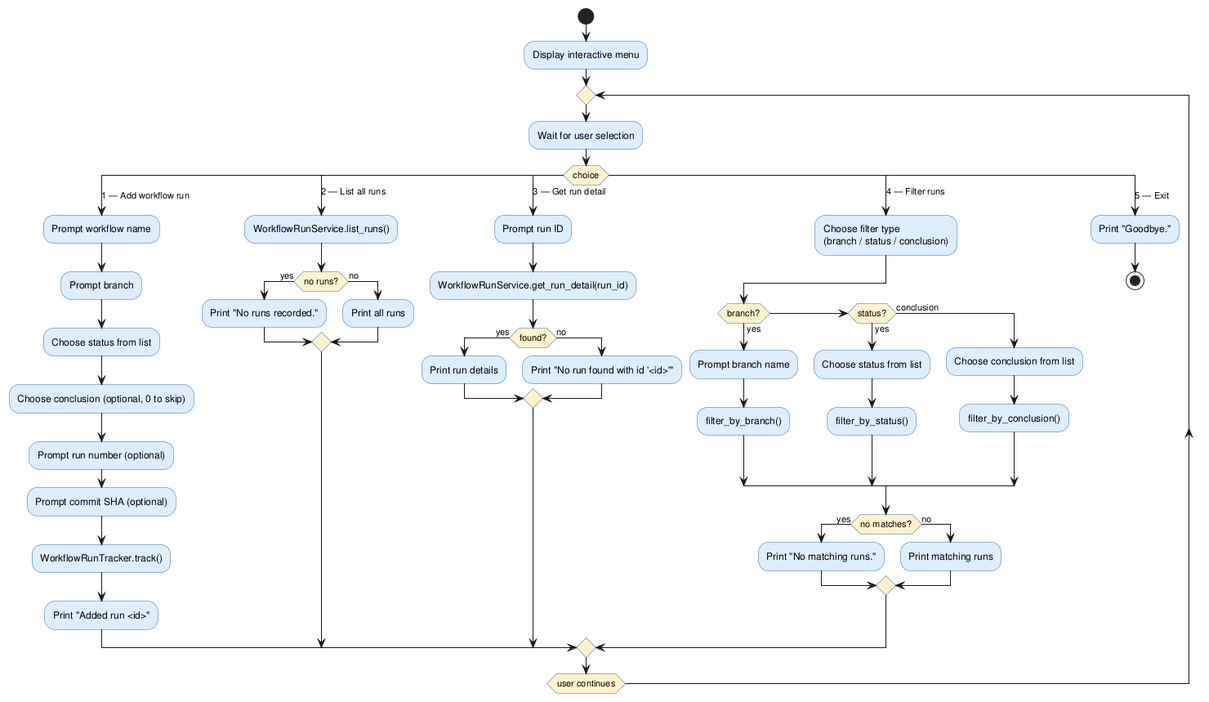
Before: experiments/broadcast/structured_text/github-workflow-manager/artifacts/activity_diagram_interactive.png, a diagram exported from PlantUML (DanielRiha8906/Software_autoevolution_using_agents). The source it was exported from:
```plantuml
@startuml activity_diagram_interactive

skinparam activityBackgroundColor #DDEEFF
skinparam activityBorderColor     #3366AA
skinparam activityDiamondBackgroundColor #FFF3CC

start

:Display interactive menu;

repeat

  :Wait for user selection;

  switch (choice)

    case (1 — Add workflow run)
      :Prompt workflow name;
      :Prompt branch;
      :Choose status from list;
      :Choose conclusion (optional, 0 to skip);
      :Prompt run number (optional);
      :Prompt commit SHA (optional);
      :WorkflowRunTracker.track();
      :Print "Added run <id>";

    case (2 — List all runs)
      :WorkflowRunService.list_runs();
      if (no runs?) then (yes)
        :Print "No runs recorded.";
      else (no)
        :Print all runs;
      endif

    case (3 — Get run detail)
      :Prompt run ID;
      :WorkflowRunService.get_run_detail(run_id);
      if (found?) then (yes)
        :Print run details;
      else (no)
        :Print "No run found with id '<id>'";
      endif

    case (4 — Filter runs)
      :Choose filter type\n(branch / status / conclusion);
      if (branch?) then (yes)
        :Prompt branch name;
        :filter_by_branch();
      elseif (status?) then (yes)
        :Choose status from list;
        :filter_by_status();
      else (conclusion)
        :Choose conclusion from list;
        :filter_by_conclusion();
      endif
      if (no matches?) then (yes)
        :Print "No matching runs.";
      else (no)
        :Print matching runs;
      endif

    case (5 — Exit)
      :Print "Goodbye.";
      stop

  endswitch

repeat while (user continues)

@enduml
```
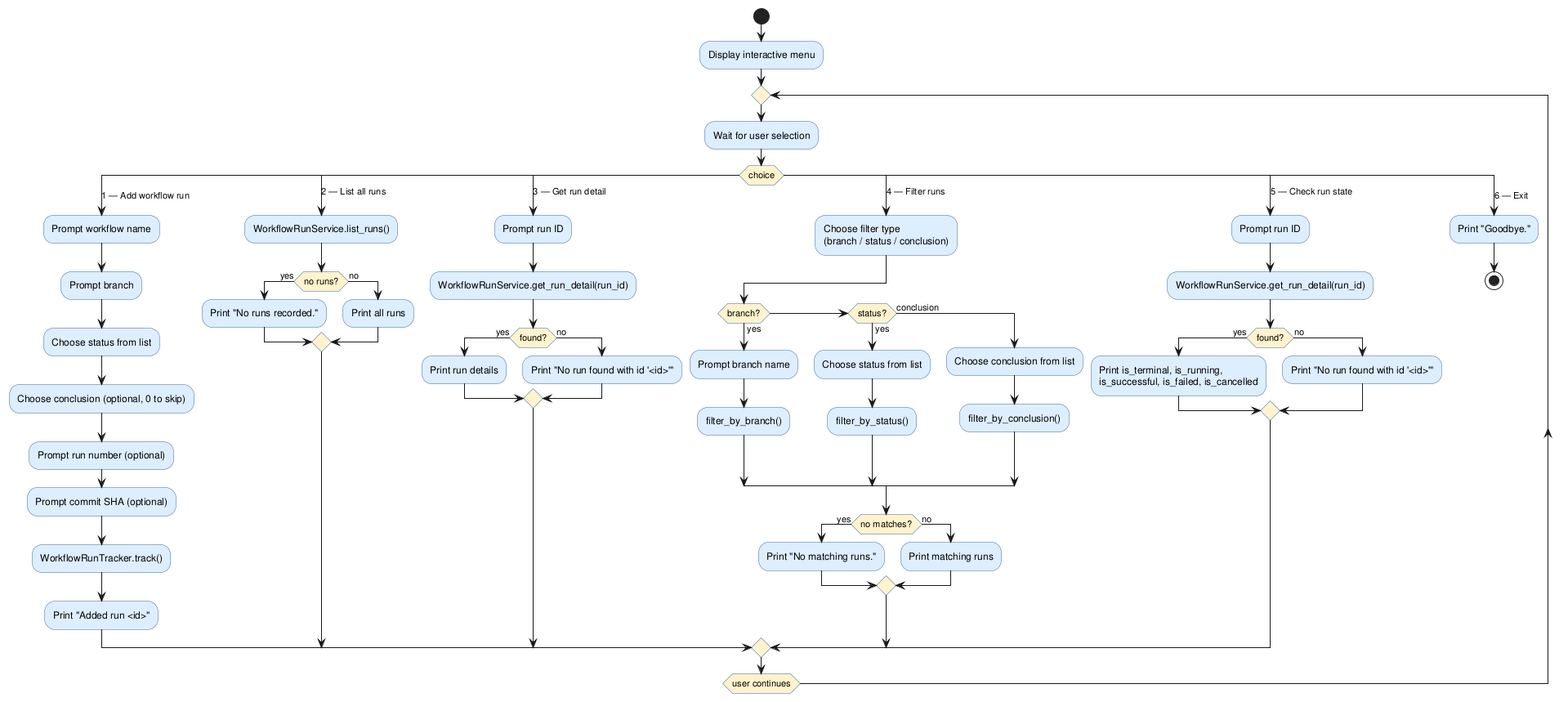
Later version of the same file.

Diff of the diagram source:
```diff
@@ -59,7 +59,16 @@
         :Print matching runs;
       endif
 
-    case (5 — Exit)
+    case (5 — Check run state)
+      :Prompt run ID;
+      :WorkflowRunService.get_run_detail(run_id);
+      if (found?) then (yes)
+        :Print is_terminal, is_running,\nis_successful, is_failed, is_cancelled;
+      else (no)
+        :Print "No run found with id '<id>'";
+      endif
+
+    case (6 — Exit)
       :Print "Goodbye.";
       stop
 
```
